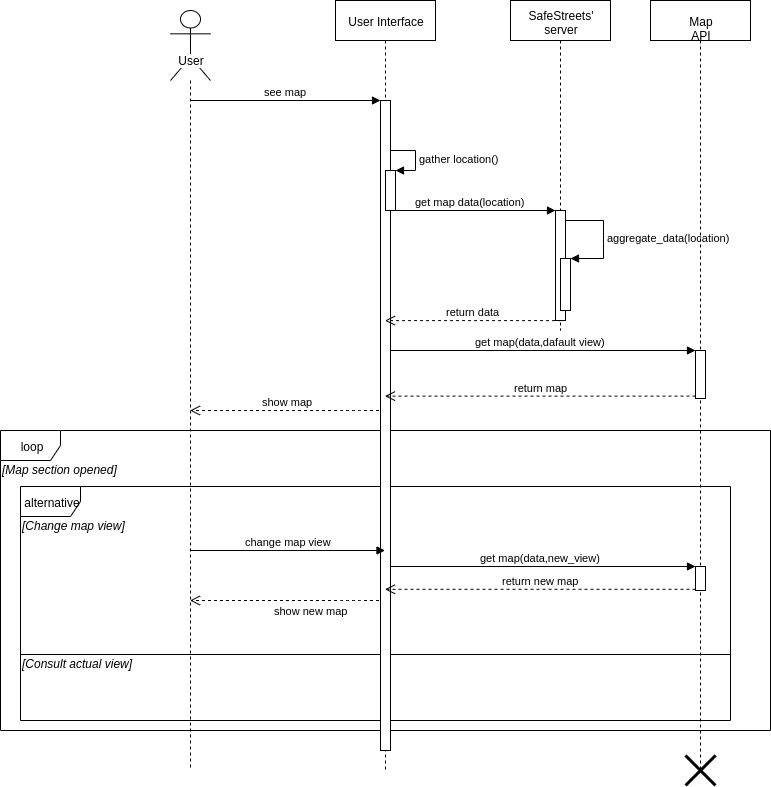
Above: RASD/Images/Map_statistics_sequence_diagram.png in University-Projects-Secco/RahbariSecco (draw.io), before the change. Source tidied: cells renumbered, new cells last; positions are measured from the earlier drawing's top-left corner, leaving out a move shared by most shapes. The source it was exported from:
```xml
<mxGraphModel>
  <root>
    <mxCell id="0" />
    <mxCell id="1" parent="0" />
    <mxCell id="2" value="get map(data,dafault view)" style="html=1;verticalAlign=bottom;endArrow=block;entryX=0;entryY=0;" parent="1" edge="1" source="14" target="21">
      <mxGeometry relative="1" as="geometry" />
    </mxCell>
    <mxCell id="3" value="loop" style="shape=umlFrame;whiteSpace=wrap;html=1;" parent="1" vertex="1">
      <mxGeometry y="430" width="770" height="300" as="geometry" />
    </mxCell>
    <mxCell id="4" value="alternative" style="shape=umlFrame;whiteSpace=wrap;html=1;" parent="1" vertex="1">
      <mxGeometry x="20" y="486" width="710" height="234" as="geometry" />
    </mxCell>
    <mxCell id="5" value="get map(data,new_view)" style="html=1;verticalAlign=bottom;endArrow=block;entryX=0;entryY=0;" parent="1" edge="1" target="22">
      <mxGeometry relative="1" as="geometry">
        <mxPoint x="384.5" y="566" as="sourcePoint" />
      </mxGeometry>
    </mxCell>
    <mxCell id="6" style="line;strokeWidth=1;fillColor=none;align=left;verticalAlign=middle;spacingTop=-1;spacingLeft=3;spacingRight=3;labelPosition=right;" parent="1" vertex="1">
      <mxGeometry x="20" y="650" width="710" height="8" as="geometry" />
    </mxCell>
    <mxCell id="7" value="show new map" style="html=1;verticalAlign=bottom;endArrow=open;dashed=1;endSize=8;" parent="1" edge="1" source="14" target="18">
      <mxGeometry x="-0.24" y="19" relative="1" as="geometry">
        <Array as="points">
          <mxPoint x="350" y="600" />
        </Array>
      </mxGeometry>
    </mxCell>
    <mxCell id="8" value="show map" style="html=1;verticalAlign=bottom;endArrow=open;dashed=1;endSize=8;" parent="1" edge="1" source="14" target="18">
      <mxGeometry relative="1" as="geometry">
        <Array as="points">
          <mxPoint x="350" y="410" />
        </Array>
      </mxGeometry>
    </mxCell>
    <mxCell id="9" value="SafeStreets'&lt;br&gt;server" style="shape=umlLifeline;perimeter=lifelinePerimeter;whiteSpace=wrap;html=1;" parent="1" vertex="1">
      <mxGeometry x="510" width="100" height="330" as="geometry" />
    </mxCell>
    <mxCell id="10" style="html=1;points=[];perimeter=orthogonalPerimeter;" parent="9" vertex="1">
      <mxGeometry x="45" y="210" width="10" height="110" as="geometry" />
    </mxCell>
    <mxCell id="11" value="aggregate_data(location)" style="edgeStyle=orthogonalEdgeStyle;html=1;align=left;spacingLeft=2;endArrow=block;rounded=0;entryX=1;entryY=0;" parent="9" edge="1" target="12">
      <mxGeometry relative="1" as="geometry">
        <mxPoint x="55" y="220" as="sourcePoint" />
        <Array as="points">
          <mxPoint x="92.5" y="220" />
          <mxPoint x="92.5" y="258" />
        </Array>
      </mxGeometry>
    </mxCell>
    <mxCell id="12" style="html=1;points=[];perimeter=orthogonalPerimeter;" parent="9" vertex="1">
      <mxGeometry x="50" y="258" width="10" height="52" as="geometry" />
    </mxCell>
    <mxCell id="13" value="get map data(location)" style="html=1;verticalAlign=bottom;endArrow=block;entryX=0;entryY=0;" parent="1" edge="1" source="14" target="10">
      <mxGeometry relative="1" as="geometry" />
    </mxCell>
    <mxCell id="14" value="User Interface" style="shape=umlLifeline;perimeter=lifelinePerimeter;whiteSpace=wrap;html=1;outlineConnect=0;" parent="1" vertex="1">
      <mxGeometry x="335" width="100" height="770" as="geometry" />
    </mxCell>
    <mxCell id="15" style="html=1;points=[];perimeter=orthogonalPerimeter;" parent="14" vertex="1">
      <mxGeometry x="45" y="100" width="10" height="650" as="geometry" />
    </mxCell>
    <mxCell id="16" style="html=1;points=[];perimeter=orthogonalPerimeter;" parent="14" vertex="1">
      <mxGeometry x="50" y="170" width="10" height="40" as="geometry" />
    </mxCell>
    <mxCell id="17" value="gather location()" style="edgeStyle=orthogonalEdgeStyle;html=1;align=left;spacingLeft=2;endArrow=block;rounded=0;entryX=1;entryY=0;" parent="14" edge="1" target="16">
      <mxGeometry relative="1" as="geometry">
        <mxPoint x="55" y="150" as="sourcePoint" />
        <Array as="points">
          <mxPoint x="80" y="150" />
        </Array>
      </mxGeometry>
    </mxCell>
    <mxCell id="18" value="User" style="shape=umlLifeline;participant=umlActor;perimeter=lifelinePerimeter;whiteSpace=wrap;html=1;verticalAlign=top;spacingTop=36;labelBackgroundColor=#ffffff;outlineConnect=0;size=70;" parent="1" vertex="1">
      <mxGeometry x="170" y="10" width="40" height="760" as="geometry" />
    </mxCell>
    <mxCell id="19" value="see map" style="html=1;verticalAlign=bottom;endArrow=block;entryX=0;entryY=0;" parent="1" edge="1" source="18" target="15">
      <mxGeometry relative="1" as="geometry" />
    </mxCell>
    <mxCell id="20" value="Map API" style="shape=umlLifeline;perimeter=lifelinePerimeter;whiteSpace=wrap;html=1;" parent="1" vertex="1">
      <mxGeometry x="650" width="100" height="770" as="geometry" />
    </mxCell>
    <mxCell id="21" style="html=1;points=[];perimeter=orthogonalPerimeter;" parent="20" vertex="1">
      <mxGeometry x="45" y="350" width="10" height="48" as="geometry" />
    </mxCell>
    <mxCell id="22" style="html=1;points=[];perimeter=orthogonalPerimeter;" parent="20" vertex="1">
      <mxGeometry x="45" y="566" width="10" height="24" as="geometry" />
    </mxCell>
    <mxCell id="23" style="shape=umlDestroy;whiteSpace=wrap;html=1;strokeWidth=3;" parent="20" vertex="1">
      <mxGeometry x="35" y="755" width="30" height="30" as="geometry" />
    </mxCell>
    <mxCell id="24" value="return data" style="html=1;verticalAlign=bottom;endArrow=open;dashed=1;endSize=8;exitX=0.555;exitY=1.001;exitDx=0;exitDy=0;exitPerimeter=0;" parent="1" edge="1" source="10" target="14">
      <mxGeometry relative="1" as="geometry" />
    </mxCell>
    <mxCell id="25" value="return map" style="html=1;verticalAlign=bottom;endArrow=open;dashed=1;endSize=8;exitX=0;exitY=0.95;" parent="1" edge="1" source="21" target="14">
      <mxGeometry relative="1" as="geometry" />
    </mxCell>
    <mxCell id="26" value="change map view" style="html=1;verticalAlign=bottom;endArrow=block;" parent="1" edge="1" target="14">
      <mxGeometry relative="1" as="geometry">
        <mxPoint x="189.5" y="550" as="sourcePoint" />
      </mxGeometry>
    </mxCell>
    <mxCell id="27" value="return new map" style="html=1;verticalAlign=bottom;endArrow=open;dashed=1;endSize=8;exitX=0;exitY=0.95;" parent="1" edge="1" source="22" target="14">
      <mxGeometry relative="1" as="geometry" />
    </mxCell>
    <mxCell id="28" value="&lt;i&gt;[Change map view]&lt;/i&gt;" style="text;html=1;align=left;verticalAlign=top;spacingTop=-4;" parent="1" vertex="1">
      <mxGeometry x="20" y="516" width="120" height="20" as="geometry" />
    </mxCell>
    <mxCell id="29" value="&lt;i&gt;[Consult actual view]&lt;/i&gt;" style="text;html=1;align=left;verticalAlign=top;spacingTop=-4;" parent="1" vertex="1">
      <mxGeometry x="20" y="654" width="130" height="20" as="geometry" />
    </mxCell>
    <mxCell id="30" value="&lt;i&gt;[Map section opened]&lt;/i&gt;" style="text;html=1;align=left;verticalAlign=top;spacingTop=-4;" parent="1" vertex="1">
      <mxGeometry y="460" width="130" height="20" as="geometry" />
    </mxCell>
  </root>
</mxGraphModel>
```
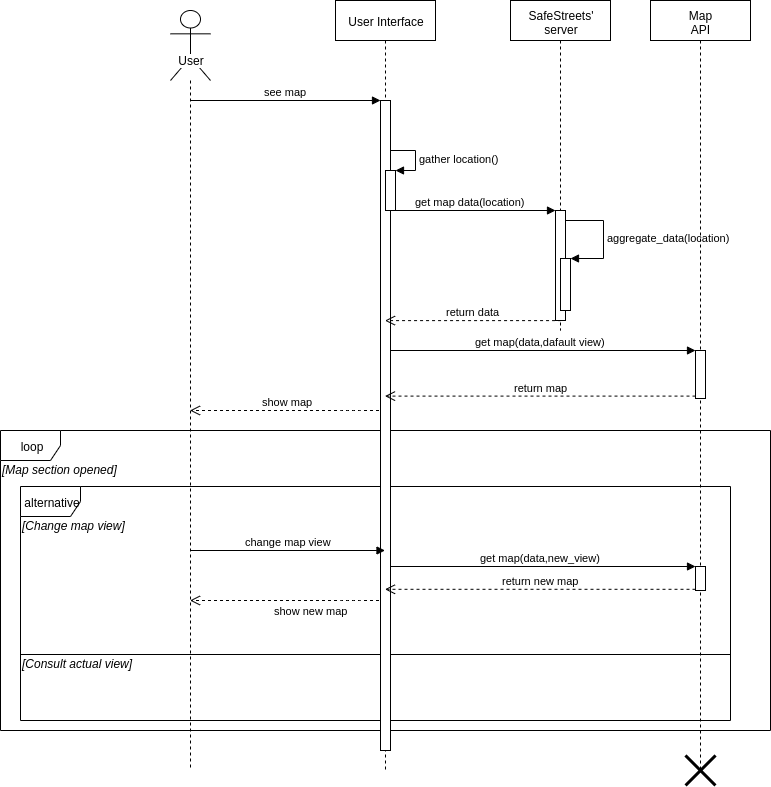
Later version of the same file.

What changed in the source:
```diff
@@ -77,7 +77,7 @@
     <mxCell id="19" value="see map" style="html=1;verticalAlign=bottom;endArrow=block;entryX=0;entryY=0;" parent="1" edge="1" source="18" target="15">
       <mxGeometry relative="1" as="geometry" />
     </mxCell>
-    <mxCell id="20" value="Map API" style="shape=umlLifeline;perimeter=lifelinePerimeter;whiteSpace=wrap;html=1;" parent="1" vertex="1">
+    <mxCell id="20" value="Map&lt;br&gt;API" style="shape=umlLifeline;perimeter=lifelinePerimeter;whiteSpace=wrap;html=1;" parent="1" vertex="1">
       <mxGeometry x="650" width="100" height="770" as="geometry" />
     </mxCell>
     <mxCell id="21" style="html=1;points=[];perimeter=orthogonalPerimeter;" parent="20" vertex="1">
```
